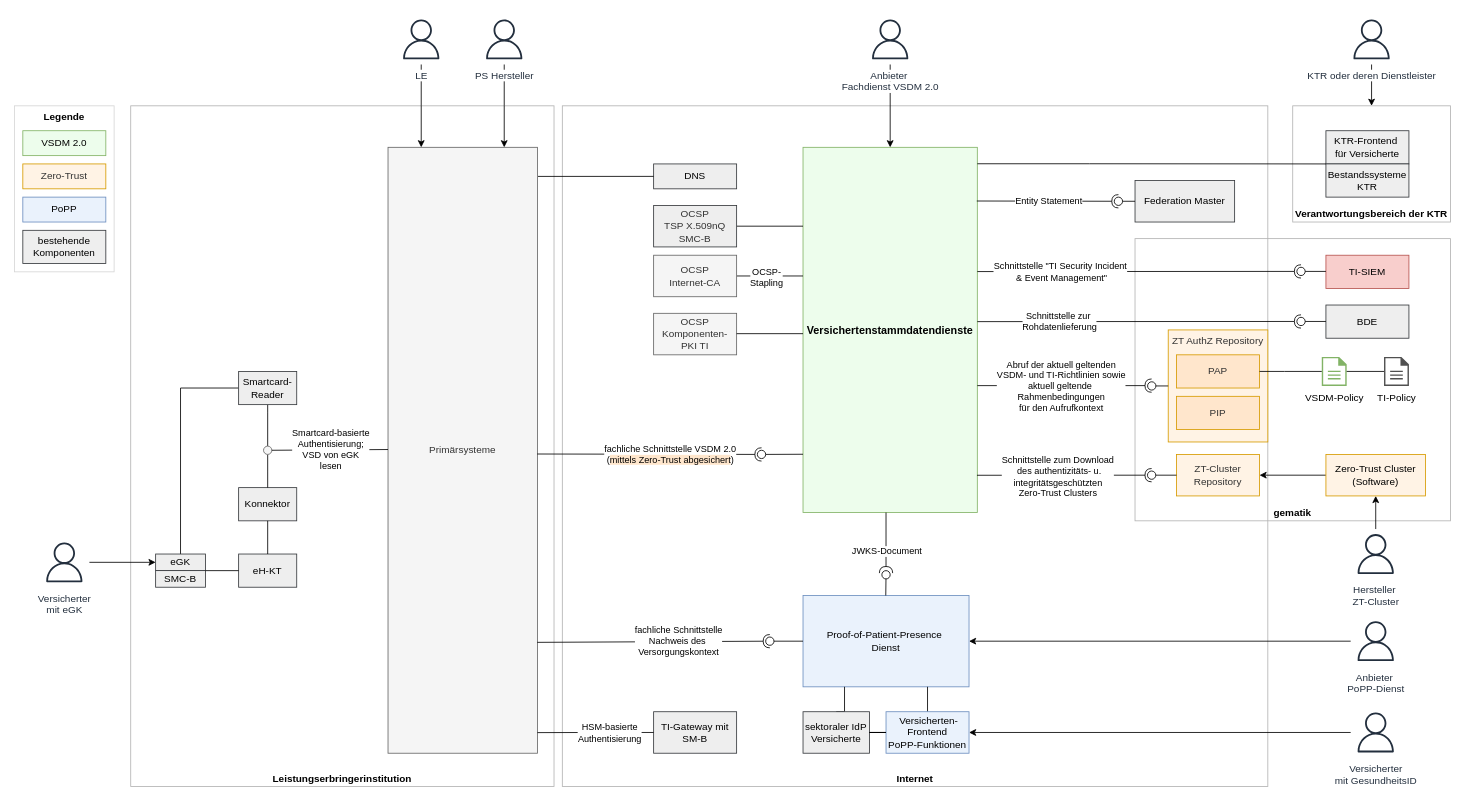
gematik/spec-VSDM2 keeps this draw.io diagram as src/drawio/Systemkontext VSDM 2.drawio. Above is the earlier version. Source tidied: cells renumbered, new cells numbered last; positions are measured from the earlier drawing's top-left corner, leaving out a move shared by most shapes. Both pictures are drawn from the tidied source at 83%, with x=0, y=0 at pixel (14, 14).
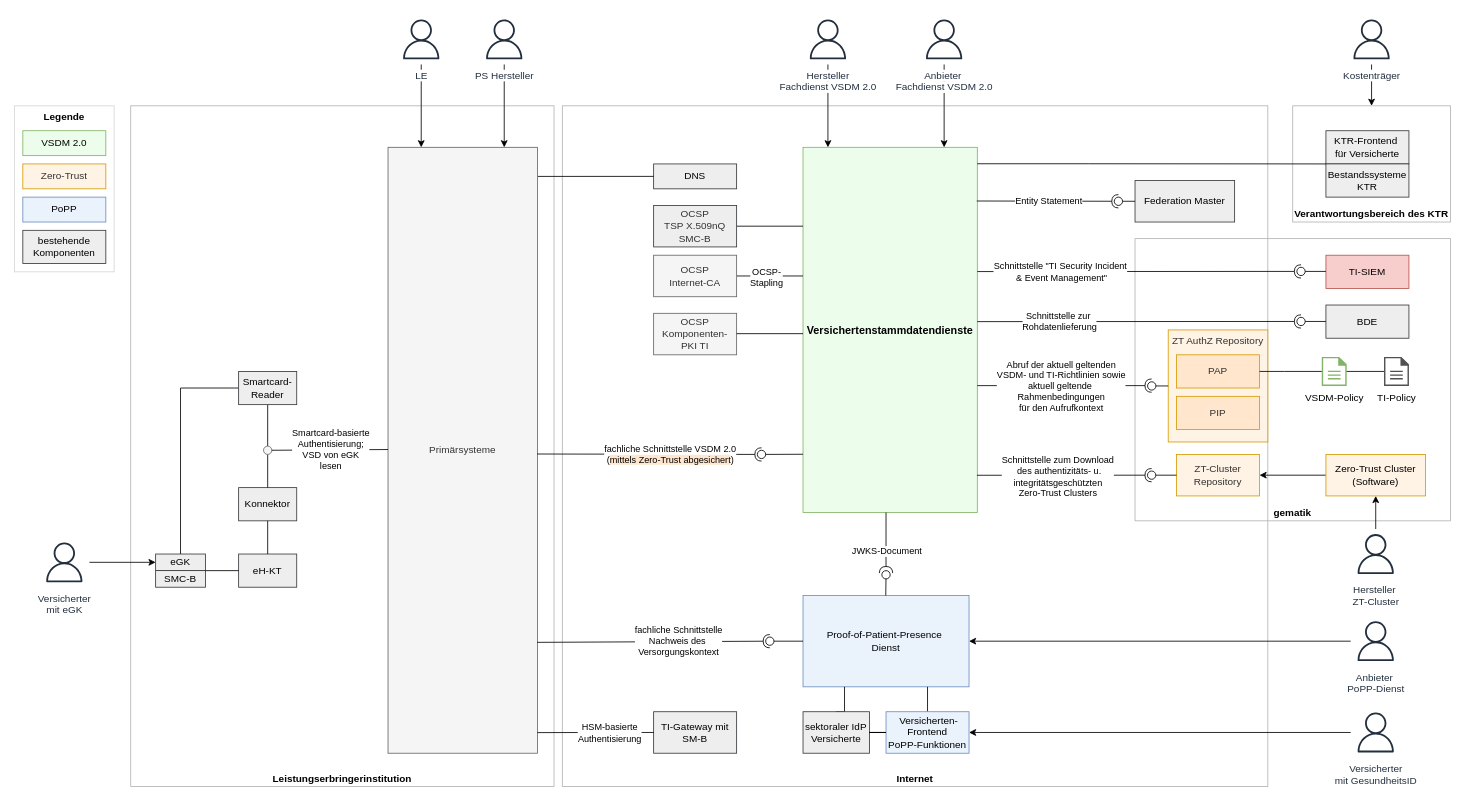
The same page after the edit.

Commit message:
Renaming KTR and adding actor "Anbieter Fachdienst VSDM 2.0"

The change refers to these unchanged cells:
```xml
<mxCell id="7" value="&lt;b style=&quot;font-size: 13px;&quot;&gt;Versichertenstammdatendienste&lt;/b&gt;" style="rounded=0;whiteSpace=wrap;html=1;fillColor=#EDFDEC;verticalAlign=middle;strokeColor=#82B366;strokeWidth=1;fontSize=13;" parent="1" vertex="1">
  <mxGeometry x="950" y="160" width="210" height="440" as="geometry" />
</mxCell>
```

Diff of the diagram source:
```diff
@@
-    <mxCell id="5" value="&lt;b&gt;Verantwortungsbereich der KTR&lt;/b&gt;" style="rounded=0;whiteSpace=wrap;html=1;fillColor=none;verticalAlign=bottom;strokeColor=#B3B3B3;" parent="1" vertex="1">
+    <mxCell id="5" value="&lt;b&gt;Verantwortungsbereich des KTR&lt;/b&gt;" style="rounded=0;whiteSpace=wrap;html=1;fillColor=none;verticalAlign=bottom;strokeColor=#B3B3B3;" parent="1" vertex="1">
       <mxGeometry x="1540" y="110" width="190" height="140" as="geometry" />
     </mxCell>
@@
-    <mxCell id="42" style="edgeStyle=orthogonalEdgeStyle;rounded=0;jettySize=auto;html=1;" parent="1" edge="1" source="43" target="7">
-      <mxGeometry relative="1" as="geometry" />
+    <mxCell id="42" style="edgeStyle=orthogonalEdgeStyle;rounded=0;jettySize=auto;html=1;" parent="1" edge="1" source="43">
+      <mxGeometry relative="1" as="geometry">
+        <mxPoint x="1120" y="160" as="targetPoint" />
+      </mxGeometry>
     </mxCell>
     <mxCell id="43" value="&lt;span style=&quot;background-color: rgb(255, 255, 255);&quot;&gt;Anbieter&amp;nbsp;&lt;/span&gt;&lt;div&gt;&lt;span style=&quot;background-color: rgb(255, 255, 255);&quot;&gt;Fachdienst VSDM 2.0&lt;/span&gt;&lt;/div&gt;" style="sketch=0;outlineConnect=0;fontColor=#232F3E;gradientColor=none;strokeColor=#232F3E;fillColor=#ffffff;dashed=0;verticalLabelPosition=bottom;verticalAlign=top;align=center;html=1;fontSize=12;fontStyle=0;shape=mxgraph.aws4.resourceIcon;resIcon=mxgraph.aws4.user;" parent="1" vertex="1">
-      <mxGeometry x="1025" width="60" height="60" as="geometry" />
+      <mxGeometry x="1090" width="60" height="60" as="geometry" />
     </mxCell>
@@
-    <mxCell id="55" value="&lt;span style=&quot;background-color: rgb(255, 255, 255);&quot;&gt;KTR oder deren Dienstleister&lt;/span&gt;" style="sketch=0;outlineConnect=0;fontColor=#232F3E;gradientColor=none;strokeColor=#232F3E;fillColor=#ffffff;dashed=0;verticalLabelPosition=bottom;verticalAlign=top;align=center;html=1;fontSize=12;fontStyle=0;shape=mxgraph.aws4.resourceIcon;resIcon=mxgraph.aws4.user;" parent="1" vertex="1">
+    <mxCell id="55" value="&lt;span style=&quot;background-color: rgb(255, 255, 255);&quot;&gt;Kostenträger&lt;/span&gt;" style="sketch=0;outlineConnect=0;fontColor=#232F3E;gradientColor=none;strokeColor=#232F3E;fillColor=#ffffff;dashed=0;verticalLabelPosition=bottom;verticalAlign=top;align=center;html=1;fontSize=12;fontStyle=0;shape=mxgraph.aws4.resourceIcon;resIcon=mxgraph.aws4.user;" parent="1" vertex="1">
       <mxGeometry x="1605" width="60" height="60" as="geometry" />
     </mxCell>
@@
+    <mxCell id="102" style="edgeStyle=orthogonalEdgeStyle;rounded=0;jettySize=auto;html=1;" parent="1" edge="1" source="103">
+      <mxGeometry relative="1" as="geometry">
+        <mxPoint x="980" y="160" as="targetPoint" />
+      </mxGeometry>
+    </mxCell>
+    <mxCell id="103" value="&lt;span style=&quot;background-color: rgb(255, 255, 255);&quot;&gt;Hersteller&lt;/span&gt;&lt;div&gt;&lt;span style=&quot;background-color: rgb(255, 255, 255);&quot;&gt;Fachdienst VSDM 2.0&lt;/span&gt;&lt;/div&gt;" style="sketch=0;outlineConnect=0;fontColor=#232F3E;gradientColor=none;strokeColor=#232F3E;fillColor=#ffffff;dashed=0;verticalLabelPosition=bottom;verticalAlign=top;align=center;html=1;fontSize=12;fontStyle=0;shape=mxgraph.aws4.resourceIcon;resIcon=mxgraph.aws4.user;" parent="1" vertex="1">
+      <mxGeometry x="950" width="60" height="60" as="geometry" />
+    </mxCell>
```
